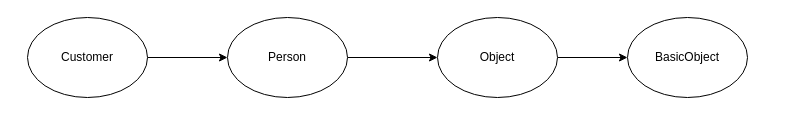
Earlier version of the draw.io diagram ruby_on_rails/ruby-drea-io/class_object_module.dio (xiao2shiqi/pro_developer). Source tidied: cells renumbered, new cells numbered last; positions are measured from the earlier drawing's top-left corner, leaving out a move shared by most shapes. Both pictures are drawn from the tidied source at 100%, with x=0, y=0 at pixel (27, 17).
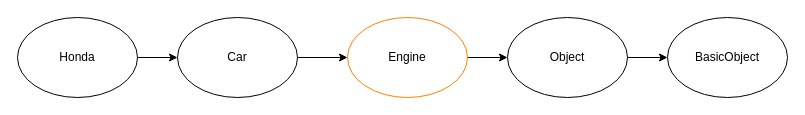
The same page after the edit.

What changed in the source:
```diff
@@
 <mxGraphModel>
   <root>
     <mxCell id="0" />
     <mxCell id="1" parent="0" />
     <mxCell id="2" style="edgeStyle=orthogonalEdgeStyle;rounded=0;jettySize=auto;html=1;" parent="1" edge="1" source="3" target="5">
       <mxGeometry relative="1" as="geometry" />
     </mxCell>
-    <mxCell id="3" value="Customer" style="ellipse;whiteSpace=wrap;html=1;" parent="1" vertex="1">
-      <mxGeometry width="120" height="80" as="geometry" />
+    <mxCell id="3" value="Honda" style="ellipse;whiteSpace=wrap;html=1;" parent="1" vertex="1">
+      <mxGeometry x="-10" width="120" height="80" as="geometry" />
     </mxCell>
-    <mxCell id="4" style="edgeStyle=orthogonalEdgeStyle;rounded=0;jettySize=auto;html=1;" parent="1" edge="1" source="5" target="7">
-      <mxGeometry relative="1" as="geometry" />
-    </mxCell>
+    <mxCell id="9" style="edgeStyle=orthogonalEdgeStyle;rounded=0;jettySize=auto;html=1;" parent="1" edge="1" source="5" target="11">
+      <mxGeometry relative="1" as="geometry" />
+    </mxCell>
-    <mxCell id="5" value="Person" style="ellipse;whiteSpace=wrap;html=1;" parent="1" vertex="1">
-      <mxGeometry x="200" width="120" height="80" as="geometry" />
+    <mxCell id="5" value="Car" style="ellipse;whiteSpace=wrap;html=1;" parent="1" vertex="1">
+      <mxGeometry x="150" width="120" height="80" as="geometry" />
     </mxCell>
     <mxCell id="6" style="edgeStyle=orthogonalEdgeStyle;rounded=0;jettySize=auto;html=1;" parent="1" edge="1" source="7" target="8">
       <mxGeometry relative="1" as="geometry" />
     </mxCell>
     <mxCell id="7" value="Object" style="ellipse;whiteSpace=wrap;html=1;" parent="1" vertex="1">
-      <mxGeometry x="410" width="120" height="80" as="geometry" />
+      <mxGeometry x="480" width="120" height="80" as="geometry" />
     </mxCell>
     <mxCell id="8" value="BasicObject" style="ellipse;whiteSpace=wrap;html=1;" parent="1" vertex="1">
-      <mxGeometry x="600" width="120" height="80" as="geometry" />
+      <mxGeometry x="640" width="120" height="80" as="geometry" />
     </mxCell>
+    <mxCell id="10" style="edgeStyle=orthogonalEdgeStyle;rounded=0;jettySize=auto;html=1;" parent="1" edge="1" source="11" target="7">
+      <mxGeometry relative="1" as="geometry" />
+    </mxCell>
+    <mxCell id="11" value="Engine" style="ellipse;whiteSpace=wrap;html=1;strokeColor=#FF8000;" parent="1" vertex="1">
+      <mxGeometry x="320" width="120" height="80" as="geometry" />
+    </mxCell>
   </root>
 </mxGraphModel>
```
